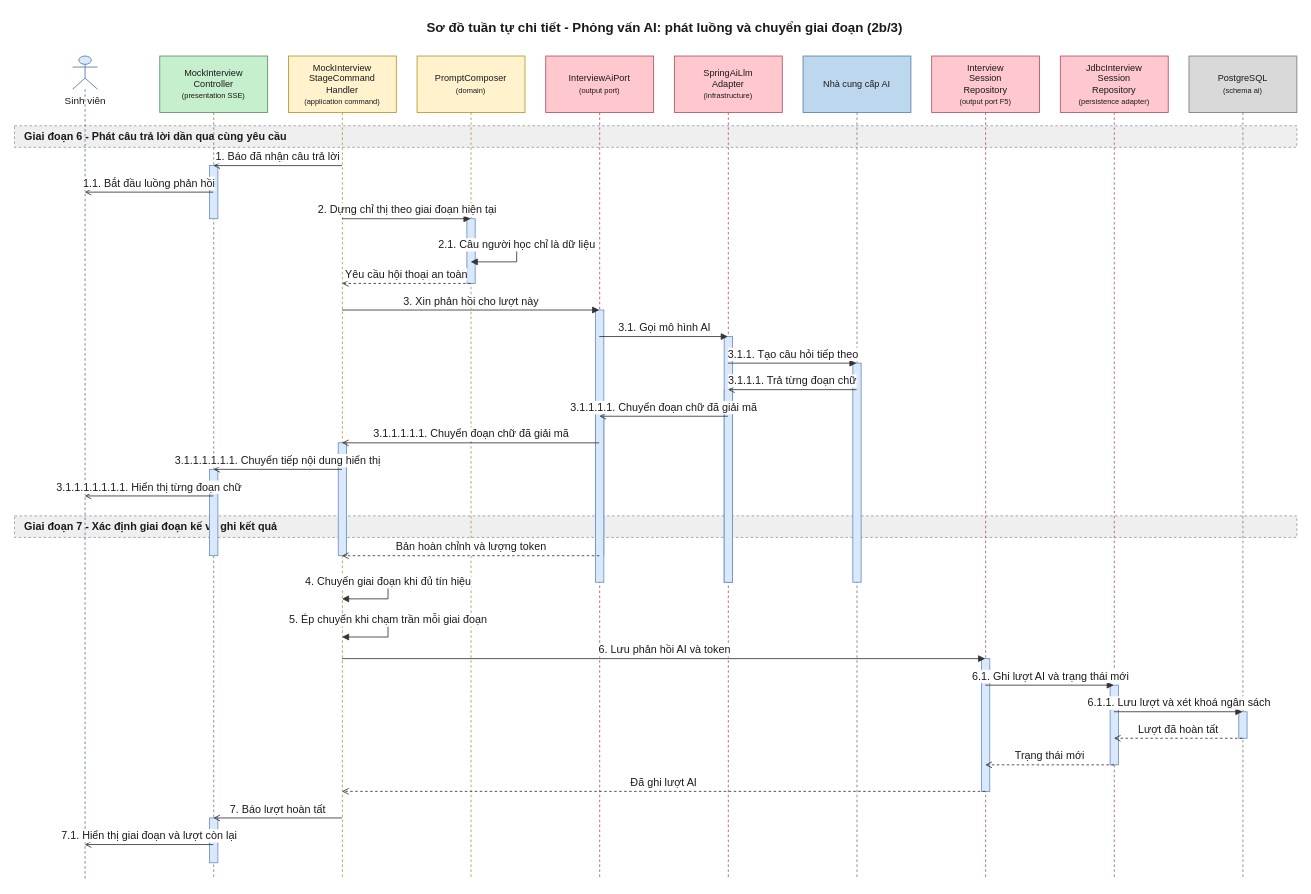
Above: 08-diagram/sequence/user/sequence_user_phong_van_gia_lap_ai_p2b.drawio in daiphu1801/PRJ_ALGOPREP (draw.io), before the change. Source tidied: cells renumbered, new cells numbered last; positions are measured from the earlier drawing's top-left corner, leaving out a move shared by most shapes. Both pictures are drawn from the tidied source at 83%, with x=0, y=0 at pixel (14, 14).
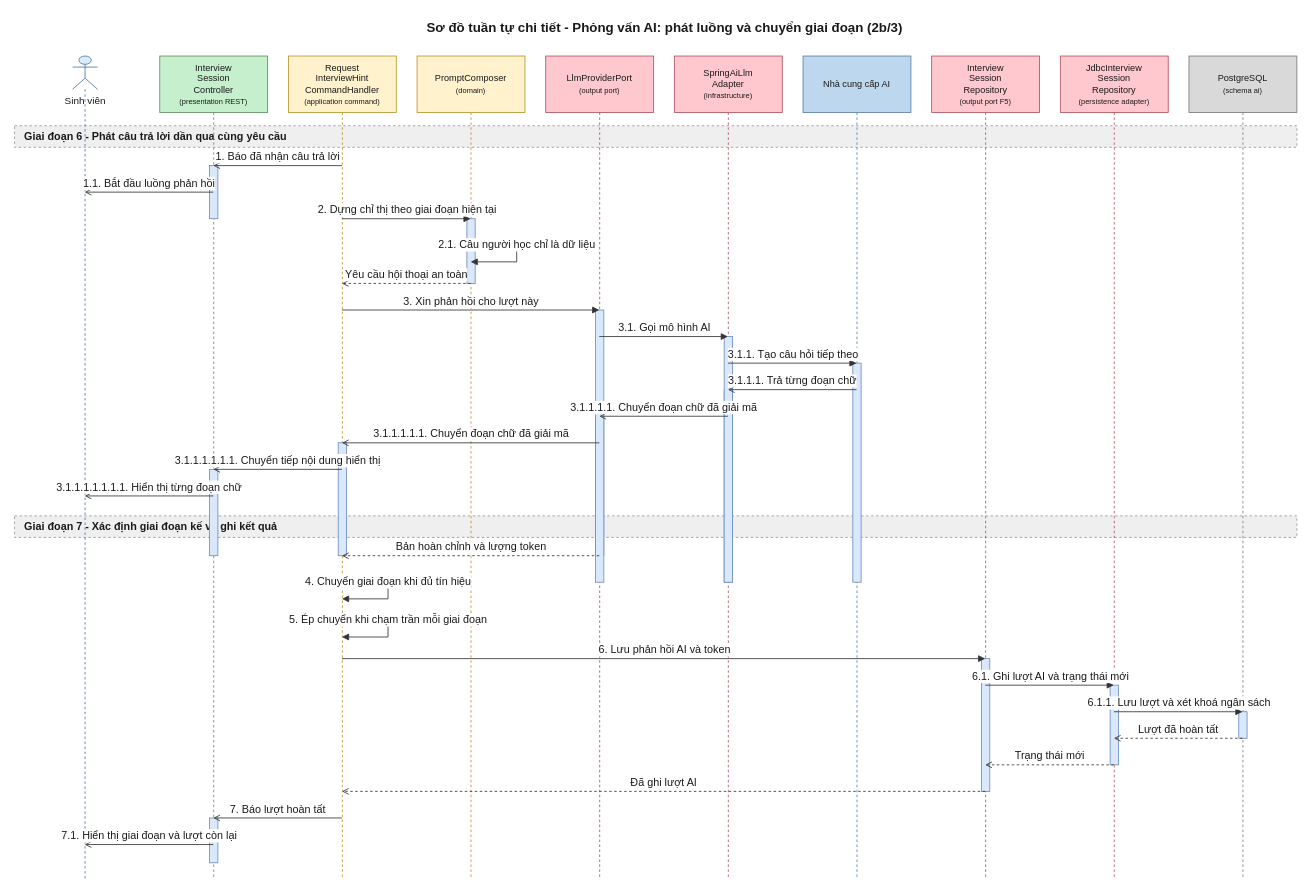
Above is the later version.

The edit, as a diff of the source:
```diff
@@
-    <mxCell id="6" value="MockInterview&lt;br&gt;Controller&lt;br&gt;&lt;font style=&quot;font-size:9px&quot;&gt;(presentation SSE)&lt;/font&gt;" style="shape=umlLifeline;perimeter=lifelinePerimeter;whiteSpace=wrap;html=1;outlineConnect=0;size=68;fontSize=11;fillColor=#C6EFCE;strokeColor=#5E8E5E;fontColor=#1A1A1A;" parent="1" vertex="1">
+    <mxCell id="6" value="Interview&lt;br&gt;Session&lt;br&gt;Controller&lt;br&gt;&lt;font style=&quot;font-size:9px&quot;&gt;(presentation REST)&lt;/font&gt;" style="shape=umlLifeline;perimeter=lifelinePerimeter;whiteSpace=wrap;html=1;outlineConnect=0;size=68;fontSize=11;fillColor=#C6EFCE;strokeColor=#5E8E5E;fontColor=#1A1A1A;" parent="1" vertex="1">
       <mxGeometry x="175" y="50" width="130" height="992" as="geometry" />
     </mxCell>
-    <mxCell id="7" value="MockInterview&lt;br&gt;StageCommand&lt;br&gt;Handler&lt;br&gt;&lt;font style=&quot;font-size:9px&quot;&gt;(application command)&lt;/font&gt;" style="shape=umlLifeline;perimeter=lifelinePerimeter;whiteSpace=wrap;html=1;outlineConnect=0;size=68;fontSize=11;fillColor=#FFF2CC;strokeColor=#B8952A;fontColor=#1A1A1A;" parent="1" vertex="1">
+    <mxCell id="7" value="Request&lt;br&gt;InterviewHint&lt;br&gt;CommandHandler&lt;br&gt;&lt;font style=&quot;font-size:9px&quot;&gt;(application command)&lt;/font&gt;" style="shape=umlLifeline;perimeter=lifelinePerimeter;whiteSpace=wrap;html=1;outlineConnect=0;size=68;fontSize=11;fillColor=#FFF2CC;strokeColor=#B8952A;fontColor=#1A1A1A;" parent="1" vertex="1">
       <mxGeometry x="330" y="50" width="130" height="992" as="geometry" />
     </mxCell>
@@
-    <mxCell id="9" value="InterviewAiPort&lt;br&gt;&lt;font style=&quot;font-size:9px&quot;&gt;(output port)&lt;/font&gt;" style="shape=umlLifeline;perimeter=lifelinePerimeter;whiteSpace=wrap;html=1;outlineConnect=0;size=68;fontSize=11;fillColor=#FFC7CE;strokeColor=#B0525E;fontColor=#1A1A1A;" parent="1" vertex="1">
+    <mxCell id="9" value="LlmProviderPort&lt;br&gt;&lt;font style=&quot;font-size:9px&quot;&gt;(output port)&lt;/font&gt;" style="shape=umlLifeline;perimeter=lifelinePerimeter;whiteSpace=wrap;html=1;outlineConnect=0;size=68;fontSize=11;fillColor=#FFC7CE;strokeColor=#B0525E;fontColor=#1A1A1A;" parent="1" vertex="1">
       <mxGeometry x="640" y="50" width="130" height="992" as="geometry" />
     </mxCell>
```
